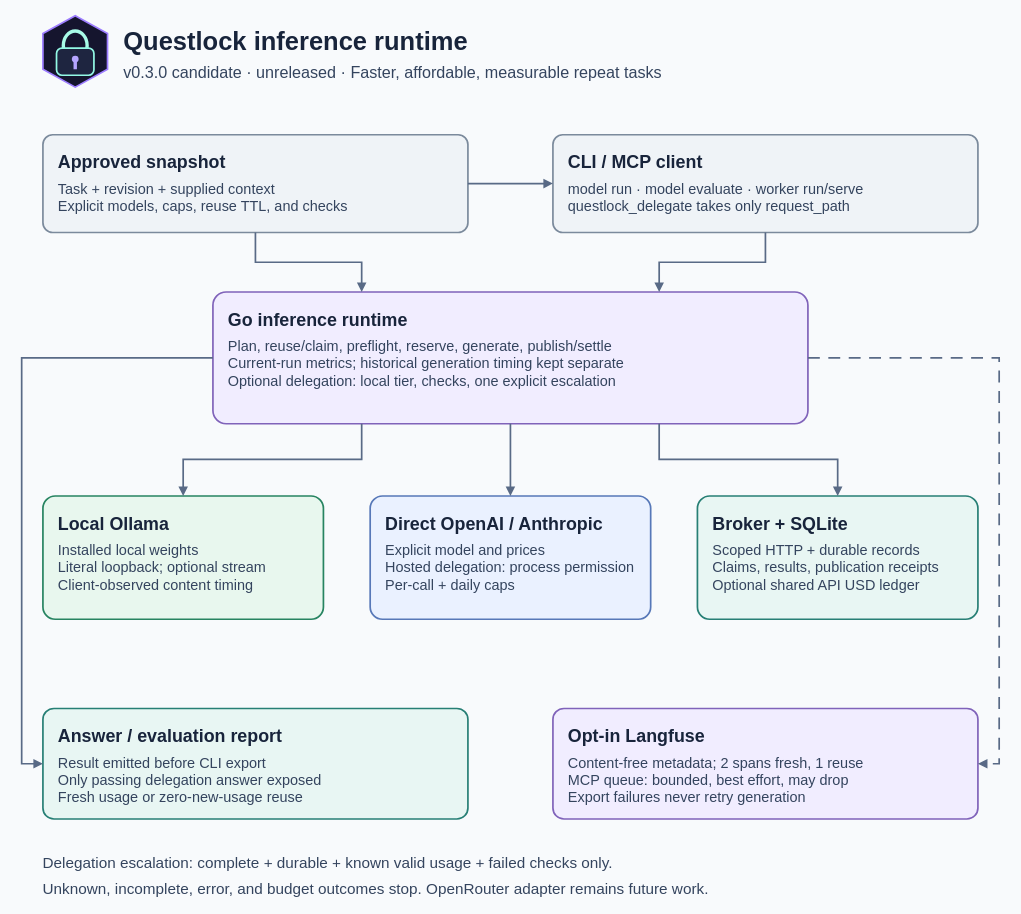
This is docs/diagrams/inference-runtime.drawio from spfuzzylink/questlock, a draw.io file, before an edit. Source tidied: cells renumbered, new cells numbered last; positions are measured from the earlier drawing's top-left corner, leaving out a move shared by most shapes. Both pictures are drawn from the tidied source at 85%, with x=0, y=0 at pixel (21, 15).
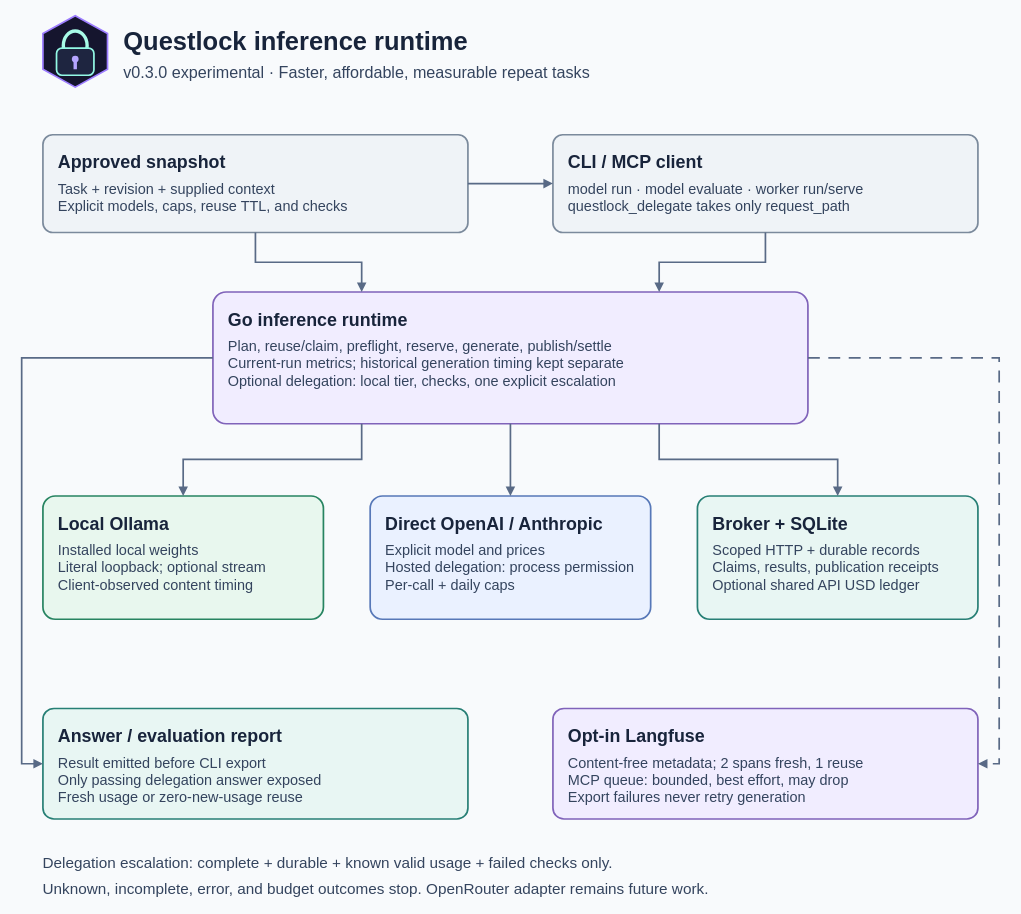
Above is the later version.

The edit, as a diff of the source:
```diff
@@
-    <mxCell id="3" value="v0.3.0 candidate · unreleased · Faster, affordable, measurable repeat tasks" style="text;html=0;whiteSpace=wrap;align=left;verticalAlign=top;spacing=0;fillColor=none;strokeColor=none;fontFamily=Arial;fontSize=19;fontColor=#34445e;fontStyle=0;" parent="1" vertex="1">
+    <mxCell id="3" value="v0.3.0 experimental · Faster, affordable, measurable repeat tasks" style="text;html=0;whiteSpace=wrap;align=left;verticalAlign=top;spacing=0;fillColor=none;strokeColor=none;fontFamily=Arial;fontSize=19;fontColor=#34445e;fontStyle=0;" parent="1" vertex="1">
       <mxGeometry x="120" y="52" width="1015" height="30" as="geometry" />
     </mxCell>
```
